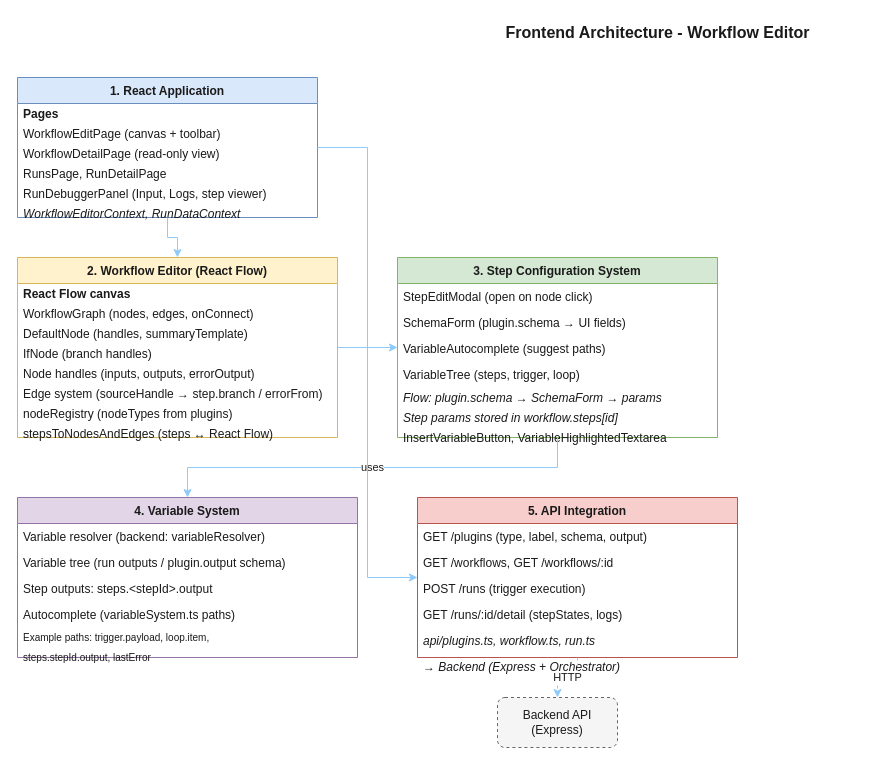
The draw.io diagram docs/web.drawio in mecitusda/AI_Automation, before the edit. Source tidied: cells renumbered, new cells numbered last; positions are measured from the earlier drawing's top-left corner, leaving out a move shared by most shapes. Both pictures are drawn from the tidied source at 100%, with x=0, y=0 at pixel (57, 97).
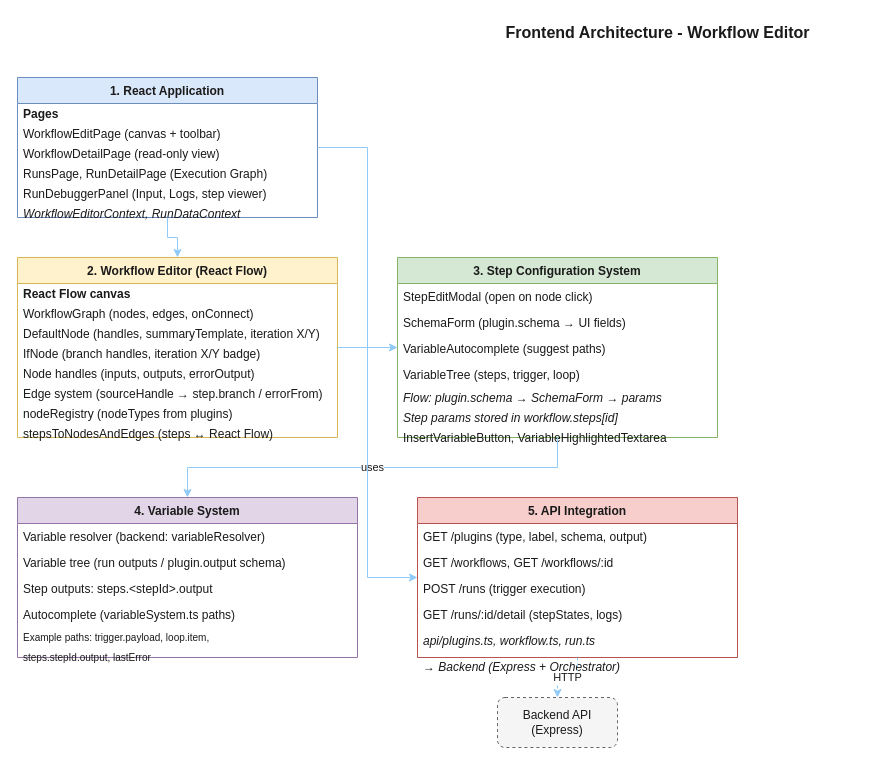
After the change.

The change refers to these unchanged cells:
```xml
<mxCell id="3" value="1. React Application" style="swimlane;fontStyle=1;horizontal=1;startSize=26;fillColor=#dae8fc;strokeColor=#6c8ebf;swimlaneFillColor=#ffffff;fontColor=#1a1a1a;" parent="1" vertex="1">
  <mxGeometry y="60" width="300" height="140" as="geometry" />
</mxCell>
<mxCell id="10" value="2. Workflow Editor (React Flow)" style="swimlane;fontStyle=1;horizontal=1;startSize=26;fillColor=#fff2cc;strokeColor=#d6b656;swimlaneFillColor=#ffffff;fontColor=#1a1a1a;" parent="1" vertex="1">
  <mxGeometry y="240" width="320" height="180" as="geometry" />
</mxCell>
```

Change to the diagram source:
```diff
@@
-    <mxCell id="7" value="  RunsPage, RunDetailPage" style="text;strokeColor=none;fillColor=none;align=left;verticalAlign=middle;spacingLeft=4;fontColor=#1a1a1a;" parent="3" vertex="1">
+    <mxCell id="7" value="  RunsPage, RunDetailPage (Execution Graph)" style="text;strokeColor=none;fillColor=none;align=left;verticalAlign=middle;spacingLeft=4;fontColor=#1a1a1a;" parent="3" vertex="1">
       <mxGeometry y="86" width="300" height="20" as="geometry" />
     </mxCell>
@@
-    <mxCell id="13" value="  DefaultNode (handles, summaryTemplate)" style="text;strokeColor=none;fillColor=none;align=left;verticalAlign=middle;spacingLeft=4;fontColor=#1a1a1a;" parent="10" vertex="1">
+    <mxCell id="13" value="  DefaultNode (handles, summaryTemplate, iteration X/Y)" style="text;strokeColor=none;fillColor=none;align=left;verticalAlign=middle;spacingLeft=4;fontColor=#1a1a1a;" parent="10" vertex="1">
       <mxGeometry y="66" width="320" height="20" as="geometry" />
     </mxCell>
-    <mxCell id="14" value="  IfNode (branch handles)" style="text;strokeColor=none;fillColor=none;align=left;verticalAlign=middle;spacingLeft=4;fontColor=#1a1a1a;" parent="10" vertex="1">
+    <mxCell id="14" value="  IfNode (branch handles, iteration X/Y badge)" style="text;strokeColor=none;fillColor=none;align=left;verticalAlign=middle;spacingLeft=4;fontColor=#1a1a1a;" parent="10" vertex="1">
       <mxGeometry y="86" width="320" height="20" as="geometry" />
     </mxCell>
```
